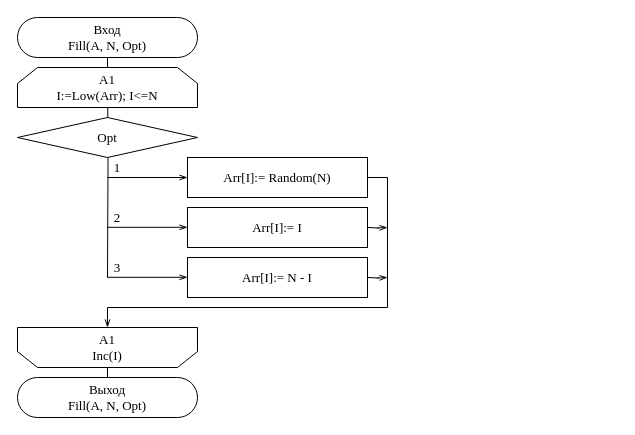
Above: page "Страница 3" (3 of 6) of OAiP/Lab 2.2/Scheme/1.drawio in Hummel009/Delphi-Projects (draw.io), before the change. Source tidied: cells renumbered, new cells numbered last; positions are measured from the earlier drawing's top-left corner, leaving out a move shared by most shapes. Both pictures are drawn from the tidied source at 100%, with x=0, y=0 at pixel (17, 17).
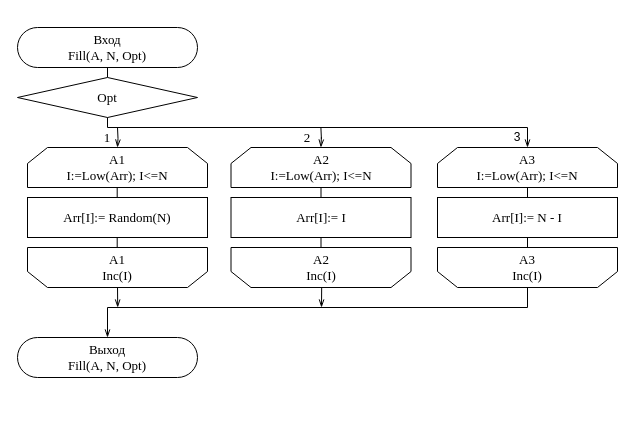
The same diagram, later.

The edit, as a diff of the source:
```diff
@@
+    <mxCell id="21" style="endArrow=openThin;html=1;fontFamily=Times New Roman;fontSize=13;endFill=0;exitX=0.5;exitY=1;exitDx=0;exitDy=0;rounded=0;edgeStyle=orthogonalEdgeStyle;" parent="1" edge="1">
+      <mxGeometry relative="1" as="geometry">
+        <mxPoint x="99.7" y="170" as="sourcePoint" />
+        <mxPoint x="100.2" y="290" as="targetPoint" />
+        <Array as="points">
+          <mxPoint x="99.8" y="230" />
+          <mxPoint x="100.8" y="230" />
+        </Array>
+      </mxGeometry>
+    </mxCell>
+    <mxCell id="22" style="endArrow=openThin;html=1;fontFamily=Times New Roman;fontSize=13;endFill=0;exitX=0.5;exitY=1;exitDx=0;exitDy=0;rounded=0;edgeStyle=orthogonalEdgeStyle;" parent="1" edge="1" source="24">
+      <mxGeometry relative="1" as="geometry">
+        <mxPoint x="304" y="290" as="targetPoint" />
+      </mxGeometry>
+    </mxCell>
+    <mxCell id="23" style="endArrow=openThin;html=1;fontFamily=Courier New;fontSize=13;endFill=0;exitX=0.5;exitY=1;exitDx=0;exitDy=0;rounded=0;edgeStyle=orthogonalEdgeStyle;entryX=0.5;entryY=0;entryDx=0;entryDy=0;" parent="1" edge="1" source="26" target="3">
+      <mxGeometry relative="1" as="geometry">
+        <Array as="points">
+          <mxPoint x="510" y="290" />
+          <mxPoint x="90" y="290" />
+        </Array>
+      </mxGeometry>
+    </mxCell>
     <mxCell id="2" value="Вход&lt;br style=&quot;font-size: 13px;&quot;&gt;Fill(A, N, Opt)" style="rounded=1;whiteSpace=wrap;html=1;arcSize=50;fontFamily=Times New Roman;fontSize=13;verticalAlign=middle;align=center;" parent="1" vertex="1">
-      <mxGeometry width="180" height="40" as="geometry" />
+      <mxGeometry y="10" width="180" height="40" as="geometry" />
     </mxCell>
     <mxCell id="3" value="Выход&lt;br style=&quot;font-size: 13px;&quot;&gt;Fill(A, N, Opt)" style="rounded=1;whiteSpace=wrap;html=1;arcSize=50;fontFamily=Times New Roman;fontSize=13;verticalAlign=middle;align=center;" parent="1" vertex="1">
-      <mxGeometry y="360" width="180" height="40" as="geometry" />
+      <mxGeometry y="320" width="180" height="40" as="geometry" />
     </mxCell>
-    <mxCell id="4" style="endArrow=none;html=1;rounded=0;edgeStyle=orthogonalEdgeStyle;entryX=0.5;entryY=1;entryDx=0;entryDy=0;fontFamily=Times New Roman;fontSize=13;verticalAlign=middle;align=center;" parent="1" edge="1" target="2">
-      <mxGeometry relative="1" as="geometry">
-        <mxPoint x="90" y="260" as="sourcePoint" />
-      </mxGeometry>
+    <mxCell id="4" style="endArrow=none;html=1;rounded=0;edgeStyle=orthogonalEdgeStyle;entryX=0.5;entryY=1;entryDx=0;entryDy=0;fontFamily=Times New Roman;fontSize=13;verticalAlign=middle;align=center;exitX=0.5;exitY=0;exitDx=0;exitDy=0;" parent="1" edge="1" source="7" target="2">
+      <mxGeometry relative="1" as="geometry" />
     </mxCell>
+    <mxCell id="7" value="Opt" style="rhombus;whiteSpace=wrap;html=1;rounded=0;strokeWidth=1;fontFamily=Times New Roman;fontSize=13;align=center;verticalAlign=middle;" parent="1" vertex="1">
+      <mxGeometry y="60" width="180" height="40" as="geometry" />
+    </mxCell>
     <mxCell id="5" value="A1&lt;br style=&quot;font-size: 13px;&quot;&gt;I:=Low(Arr); I&amp;lt;=N" style="shape=loopLimit;whiteSpace=wrap;html=1;rounded=0;strokeWidth=1;fontFamily=Times New Roman;fontSize=13;align=center;verticalAlign=middle;" parent="1" vertex="1">
-      <mxGeometry y="50" width="180" height="40" as="geometry" />
+      <mxGeometry x="10" y="130" width="180" height="40" as="geometry" />
     </mxCell>
     <mxCell id="6" value="A1&lt;br style=&quot;font-size: 13px;&quot;&gt;Inc(I)" style="shape=loopLimit;whiteSpace=wrap;html=1;rounded=0;strokeWidth=1;direction=west;fontFamily=Times New Roman;fontSize=13;align=center;verticalAlign=middle;" parent="1" vertex="1">
-      <mxGeometry y="310" width="180" height="40" as="geometry" />
+      <mxGeometry x="10" y="230" width="180" height="40" as="geometry" />
     </mxCell>
-    <mxCell id="7" value="Opt" style="rhombus;whiteSpace=wrap;html=1;rounded=0;strokeWidth=1;fontFamily=Times New Roman;fontSize=13;align=center;verticalAlign=middle;" parent="1" vertex="1">
-      <mxGeometry y="100" width="180" height="40" as="geometry" />
-    </mxCell>
-    <mxCell id="8" style="endArrow=openThin;html=1;fontFamily=Times New Roman;fontSize=13;endFill=0;exitX=1;exitY=0.5;exitDx=0;exitDy=0;rounded=0;edgeStyle=orthogonalEdgeStyle;align=center;verticalAlign=middle;" parent="1" edge="1">
-      <mxGeometry relative="1" as="geometry">
-        <mxPoint x="90" y="160" as="sourcePoint" />
-        <mxPoint x="170" y="160" as="targetPoint" />
-      </mxGeometry>
-    </mxCell>
-    <mxCell id="9" style="endArrow=openThin;html=1;fontFamily=Times New Roman;fontSize=13;endFill=0;rounded=0;edgeStyle=orthogonalEdgeStyle;align=center;verticalAlign=middle;" parent="1" edge="1">
-      <mxGeometry relative="1" as="geometry">
-        <mxPoint x="90" y="209.8" as="sourcePoint" />
-        <mxPoint x="170" y="209.8" as="targetPoint" />
-        <Array as="points">
-          <mxPoint x="170" y="209.8" />
-          <mxPoint x="170" y="209.8" />
-        </Array>
-      </mxGeometry>
-    </mxCell>
-    <mxCell id="10" style="endArrow=openThin;html=1;fontFamily=Times New Roman;fontSize=13;endFill=0;exitX=1;exitY=0.5;exitDx=0;exitDy=0;rounded=0;edgeStyle=orthogonalEdgeStyle;align=center;verticalAlign=middle;" parent="1" edge="1">
-      <mxGeometry relative="1" as="geometry">
-        <mxPoint x="90" y="259.8" as="sourcePoint" />
-        <mxPoint x="170" y="259.8" as="targetPoint" />
-      </mxGeometry>
-    </mxCell>
     <mxCell id="11" value="Arr[I]:= Random(N)" style="rounded=0;whiteSpace=wrap;html=1;fontSize=13;fontFamily=Times New Roman;align=center;verticalAlign=middle;" parent="1" vertex="1">
-      <mxGeometry x="170" y="140" width="180" height="40" as="geometry" />
+      <mxGeometry x="10" y="180" width="180" height="40" as="geometry" />
     </mxCell>
+    <mxCell id="24" value="A2&lt;br style=&quot;font-size: 13px&quot;&gt;I:=Low(Arr); I&amp;lt;=N" style="shape=loopLimit;whiteSpace=wrap;html=1;rounded=0;strokeWidth=1;fontFamily=Times New Roman;fontSize=13;align=center;verticalAlign=middle;" parent="1" vertex="1">
+      <mxGeometry x="213.5" y="130" width="180" height="40" as="geometry" />
+    </mxCell>
+    <mxCell id="25" value="A2&lt;br style=&quot;font-size: 13px&quot;&gt;Inc(I)" style="shape=loopLimit;whiteSpace=wrap;html=1;rounded=0;strokeWidth=1;direction=west;fontFamily=Times New Roman;fontSize=13;align=center;verticalAlign=middle;" parent="1" vertex="1">
+      <mxGeometry x="213.5" y="230" width="180" height="40" as="geometry" />
+    </mxCell>
     <mxCell id="12" value="Arr[I]:= I" style="rounded=0;whiteSpace=wrap;html=1;fontSize=13;fontFamily=Times New Roman;align=center;verticalAlign=middle;" parent="1" vertex="1">
-      <mxGeometry x="170" y="190" width="180" height="40" as="geometry" />
+      <mxGeometry x="213.5" y="180" width="180" height="40" as="geometry" />
     </mxCell>
+    <mxCell id="26" value="A3&lt;br style=&quot;font-size: 13px&quot;&gt;I:=Low(Arr); I&amp;lt;=N" style="shape=loopLimit;whiteSpace=wrap;html=1;rounded=0;strokeWidth=1;fontFamily=Times New Roman;fontSize=13;align=center;verticalAlign=middle;" parent="1" vertex="1">
+      <mxGeometry x="420" y="130" width="180" height="40" as="geometry" />
+    </mxCell>
+    <mxCell id="27" value="A3&lt;br style=&quot;font-size: 13px&quot;&gt;Inc(I)" style="shape=loopLimit;whiteSpace=wrap;html=1;rounded=0;strokeWidth=1;direction=west;fontFamily=Times New Roman;fontSize=13;align=center;verticalAlign=middle;" parent="1" vertex="1">
+      <mxGeometry x="420" y="230" width="180" height="40" as="geometry" />
+    </mxCell>
     <mxCell id="13" value="Arr[I]:= N - I" style="rounded=0;whiteSpace=wrap;html=1;fontSize=13;fontFamily=Times New Roman;align=center;verticalAlign=middle;" parent="1" vertex="1">
-      <mxGeometry x="170" y="240" width="180" height="40" as="geometry" />
+      <mxGeometry x="420" y="180" width="180" height="40" as="geometry" />
     </mxCell>
+    <mxCell id="28" style="endArrow=openThin;html=1;fontFamily=Courier New;fontSize=13;endFill=0;exitX=0.5;exitY=1;exitDx=0;exitDy=0;rounded=0;edgeStyle=orthogonalEdgeStyle;entryX=0.5;entryY=0;entryDx=0;entryDy=0;" parent="1" edge="1" source="7" target="26">
+      <mxGeometry relative="1" as="geometry">
+        <Array as="points">
+          <mxPoint x="90" y="110" />
+          <mxPoint x="510" y="110" />
+        </Array>
+      </mxGeometry>
+    </mxCell>
+    <mxCell id="29" style="endArrow=openThin;html=1;fontFamily=Times New Roman;fontSize=13;endFill=0;rounded=0;edgeStyle=orthogonalEdgeStyle;entryX=0.5;entryY=0;entryDx=0;entryDy=0;" parent="1" edge="1" target="5">
+      <mxGeometry relative="1" as="geometry">
+        <mxPoint x="100" y="110" as="sourcePoint" />
+      </mxGeometry>
+    </mxCell>
+    <mxCell id="30" style="endArrow=openThin;html=1;fontFamily=Times New Roman;fontSize=13;endFill=0;rounded=0;edgeStyle=orthogonalEdgeStyle;entryX=0.5;entryY=0;entryDx=0;entryDy=0;" parent="1" edge="1">
+      <mxGeometry relative="1" as="geometry">
+        <mxPoint x="303.4" y="110" as="sourcePoint" />
+        <mxPoint x="303.4" y="130" as="targetPoint" />
+      </mxGeometry>
+    </mxCell>
-    <mxCell id="14" value="1" style="text;html=1;strokeColor=none;fillColor=none;align=center;verticalAlign=middle;whiteSpace=wrap;rounded=0;fontFamily=Times New Roman;fontSize=13;" parent="1" vertex="1">
-      <mxGeometry x="90" y="140" width="20" height="20" as="geometry" />
+    <mxCell id="14" value="1" style="text;html=1;strokeColor=none;fillColor=none;align=center;verticalAlign=middle;whiteSpace=wrap;rounded=0;fontSize=13;fontFamily=Times New Roman;" parent="1" vertex="1">
+      <mxGeometry x="80" y="110" width="20" height="20" as="geometry" />
     </mxCell>
-    <mxCell id="15" value="2" style="text;html=1;strokeColor=none;fillColor=none;align=center;verticalAlign=middle;whiteSpace=wrap;rounded=0;fontFamily=Times New Roman;fontSize=13;" parent="1" vertex="1">
-      <mxGeometry x="90" y="190" width="20" height="20" as="geometry" />
+    <mxCell id="15" value="2" style="text;html=1;strokeColor=none;fillColor=none;align=center;verticalAlign=middle;whiteSpace=wrap;rounded=0;fontSize=13;fontFamily=Times New Roman;" parent="1" vertex="1">
+      <mxGeometry x="280" y="110" width="20" height="20" as="geometry" />
     </mxCell>
-    <mxCell id="16" value="3" style="text;html=1;strokeColor=none;fillColor=none;align=center;verticalAlign=middle;whiteSpace=wrap;rounded=0;fontFamily=Times New Roman;fontSize=13;" parent="1" vertex="1">
-      <mxGeometry x="90" y="240" width="20" height="20" as="geometry" />
+    <mxCell id="16" value="3" style="text;html=1;strokeColor=none;fillColor=none;align=center;verticalAlign=middle;whiteSpace=wrap;rounded=0;" parent="1" vertex="1">
+      <mxGeometry x="490" y="110" width="20" height="20" as="geometry" />
     </mxCell>
-    <mxCell id="17" style="endArrow=openThin;html=1;fontFamily=Times New Roman;fontSize=13;endFill=0;rounded=0;edgeStyle=orthogonalEdgeStyle;align=center;verticalAlign=middle;entryX=0.5;entryY=1;entryDx=0;entryDy=0;" parent="1" edge="1" target="6">
-      <mxGeometry relative="1" as="geometry">
-        <mxPoint x="350" y="160" as="sourcePoint" />
-        <Array as="points">
-          <mxPoint x="370" y="160" />
-          <mxPoint x="370" y="290" />
-          <mxPoint x="90" y="290" />
-        </Array>
-      </mxGeometry>
-    </mxCell>
-    <mxCell id="18" style="endArrow=openThin;html=1;fontFamily=Times New Roman;fontSize=13;endFill=0;exitX=1;exitY=0.5;exitDx=0;exitDy=0;rounded=0;edgeStyle=orthogonalEdgeStyle;align=center;verticalAlign=middle;" parent="1" edge="1">
-      <mxGeometry relative="1" as="geometry">
-        <mxPoint x="350" y="210" as="sourcePoint" />
-        <mxPoint x="370" y="210" as="targetPoint" />
-      </mxGeometry>
-    </mxCell>
-    <mxCell id="19" style="endArrow=openThin;html=1;fontFamily=Times New Roman;fontSize=13;endFill=0;exitX=1;exitY=0.5;exitDx=0;exitDy=0;rounded=0;edgeStyle=orthogonalEdgeStyle;align=center;verticalAlign=middle;" parent="1" edge="1">
-      <mxGeometry relative="1" as="geometry">
-        <mxPoint x="350" y="260" as="sourcePoint" />
-        <mxPoint x="370" y="260" as="targetPoint" />
-      </mxGeometry>
-    </mxCell>
-    <mxCell id="20" style="endArrow=none;html=1;rounded=0;fontFamily=Times New Roman;fontSize=13;align=center;verticalAlign=middle;edgeStyle=orthogonalEdgeStyle;exitX=0.5;exitY=0;exitDx=0;exitDy=0;entryX=0.5;entryY=0;entryDx=0;entryDy=0;" parent="1" edge="1" source="3" target="6">
-      <mxGeometry relative="1" as="geometry">
-        <Array as="points">
-          <mxPoint x="90" y="350" />
-          <mxPoint x="90" y="350" />
-        </Array>
-      </mxGeometry>
-    </mxCell>
```
